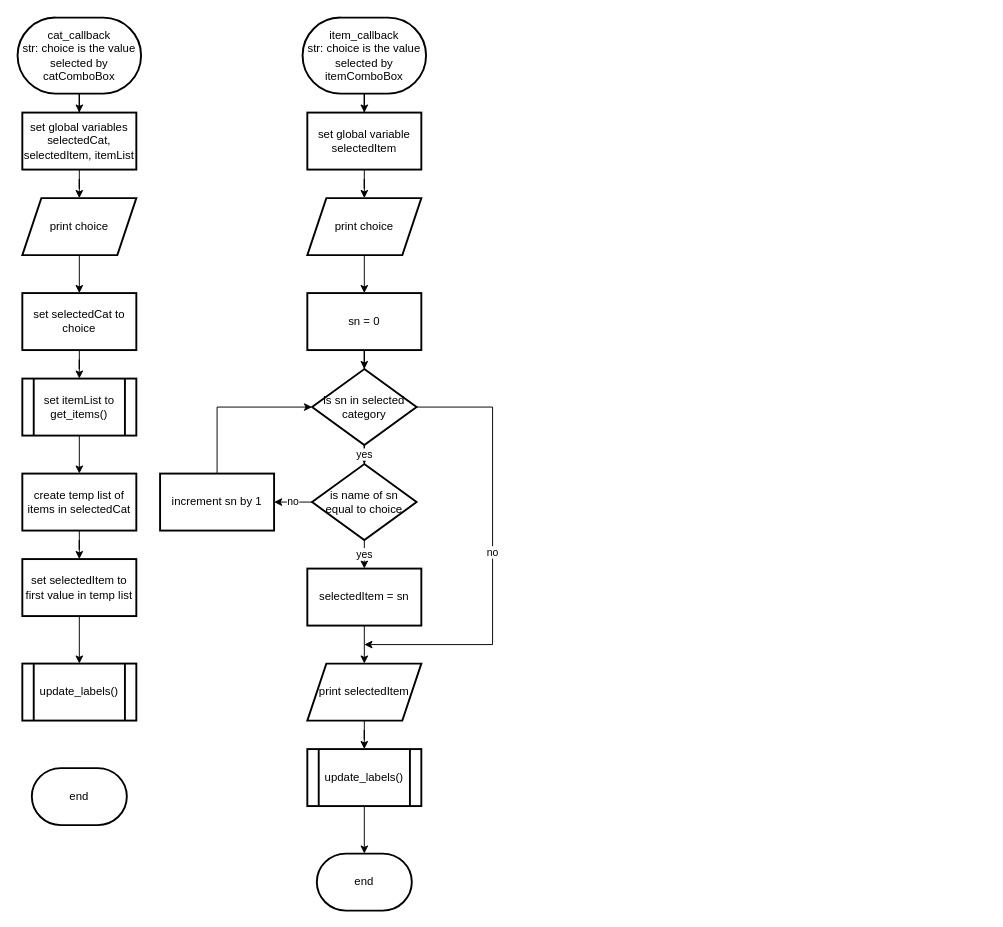
Above: cat_callback.drawio in thisisnich/projectFlowCharts (draw.io), before the change. Source tidied: cells renumbered, new cells numbered last; positions are measured from the earlier drawing's top-left corner, leaving out a move shared by most shapes. Both pictures are drawn from the tidied source at 95%, with x=0, y=0 at pixel (17, 17).
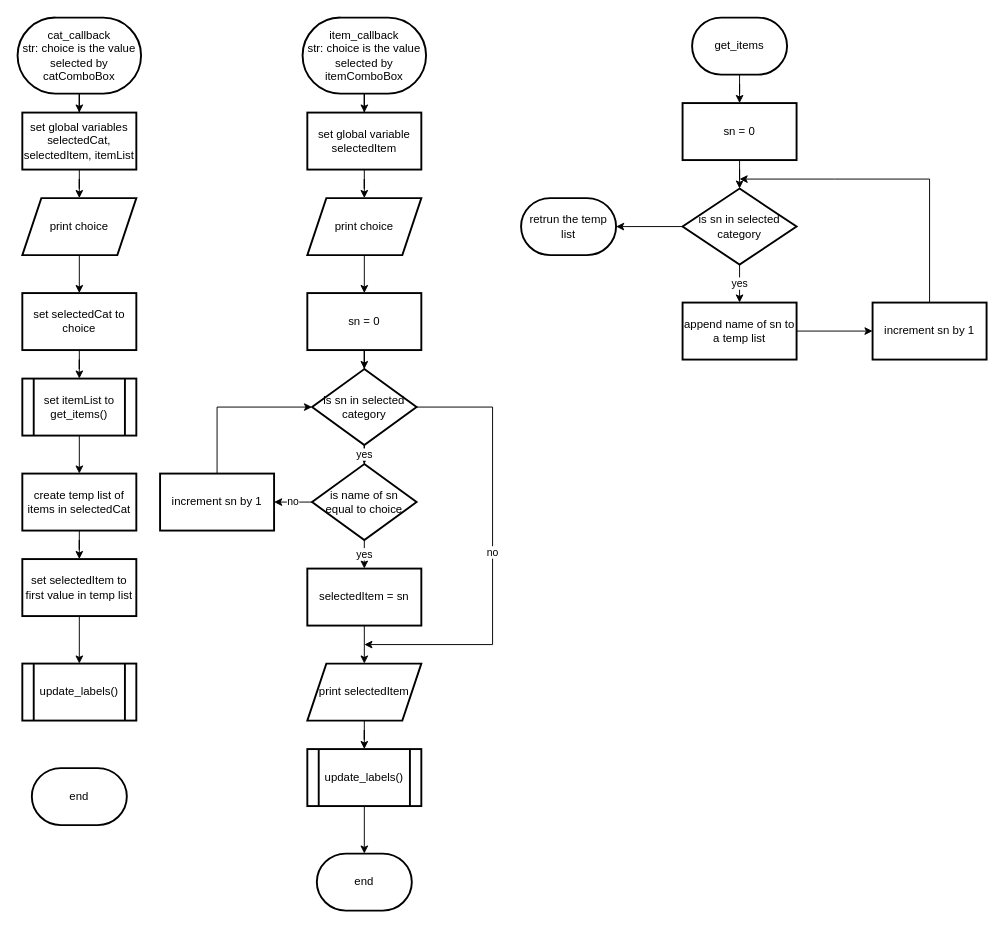
The same page after the edit.

The edit, as a diff of the source:
```diff
@@
+    <mxCell id="41" style="edgeStyle=orthogonalEdgeStyle;rounded=0;jettySize=auto;html=1;" parent="1" edge="1" source="42" target="44">
+      <mxGeometry relative="1" as="geometry" />
+    </mxCell>
+    <mxCell id="42" value="get_items" style="strokeWidth=2;html=1;shape=mxgraph.flowchart.terminator;whiteSpace=wrap;" parent="1" vertex="1">
+      <mxGeometry x="710" width="100" height="60" as="geometry" />
+    </mxCell>
+    <mxCell id="43" style="edgeStyle=orthogonalEdgeStyle;rounded=0;jettySize=auto;html=1;" parent="1" edge="1" source="44" target="47">
+      <mxGeometry relative="1" as="geometry" />
+    </mxCell>
+    <mxCell id="44" value="sn = 0" style="whiteSpace=wrap;html=1;strokeWidth=2;" parent="1" vertex="1">
+      <mxGeometry x="700" y="90" width="120" height="60" as="geometry" />
+    </mxCell>
+    <mxCell id="45" value="yes" style="edgeStyle=orthogonalEdgeStyle;rounded=0;jettySize=auto;html=1;" parent="1" edge="1" source="47" target="49">
+      <mxGeometry relative="1" as="geometry" />
+    </mxCell>
+    <mxCell id="46" style="edgeStyle=orthogonalEdgeStyle;rounded=0;jettySize=auto;html=1;" parent="1" edge="1" source="47" target="52">
+      <mxGeometry relative="1" as="geometry" />
+    </mxCell>
+    <mxCell id="47" value="is sn in selected category" style="rhombus;whiteSpace=wrap;html=1;strokeWidth=2;" parent="1" vertex="1">
+      <mxGeometry x="700" y="180" width="120" height="80" as="geometry" />
+    </mxCell>
+    <mxCell id="48" style="edgeStyle=orthogonalEdgeStyle;rounded=0;jettySize=auto;html=1;" parent="1" edge="1" source="49" target="51">
+      <mxGeometry relative="1" as="geometry" />
+    </mxCell>
+    <mxCell id="49" value="append name of sn to a temp list" style="whiteSpace=wrap;html=1;strokeWidth=2;" parent="1" vertex="1">
+      <mxGeometry x="700" y="300" width="120" height="60" as="geometry" />
+    </mxCell>
+    <mxCell id="50" style="edgeStyle=orthogonalEdgeStyle;rounded=0;jettySize=auto;html=1;" parent="1" edge="1" source="51">
+      <mxGeometry relative="1" as="geometry">
+        <mxPoint x="760" y="170" as="targetPoint" />
+        <Array as="points">
+          <mxPoint x="960" y="170" />
+          <mxPoint x="860" y="170" />
+        </Array>
+      </mxGeometry>
+    </mxCell>
+    <mxCell id="51" value="increment sn by 1" style="whiteSpace=wrap;html=1;strokeWidth=2;" parent="1" vertex="1">
+      <mxGeometry x="900" y="300" width="120" height="60" as="geometry" />
+    </mxCell>
+    <mxCell id="52" value="retrun the temp list" style="strokeWidth=2;html=1;shape=mxgraph.flowchart.terminator;whiteSpace=wrap;" parent="1" vertex="1">
+      <mxGeometry x="530" y="190" width="100" height="60" as="geometry" />
+    </mxCell>
```
